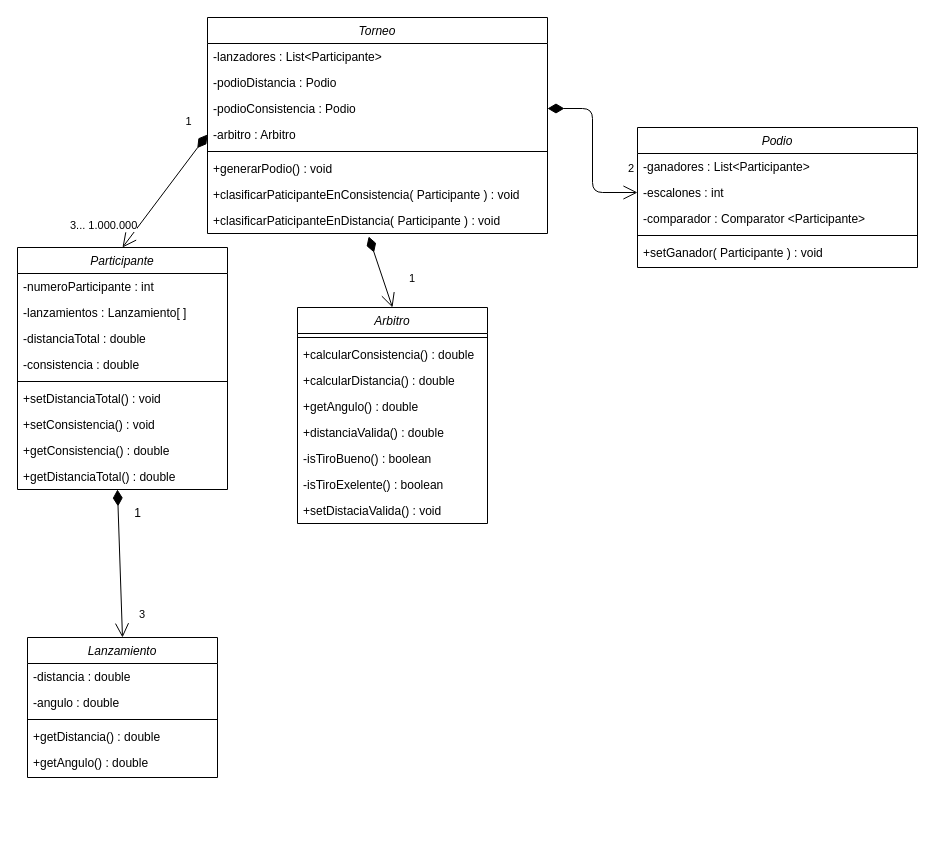
The draw.io diagram page "Page-1" (1 of 3) of LanzandoCaber/Lanzando el cáber .drawio in Dami1223/LanzandoELCaber, before the edit. Source tidied: cells renumbered, new cells numbered last; positions are measured from the earlier drawing's top-left corner, leaving out a move shared by most shapes. Both pictures are drawn from the tidied source at 100%, with x=0, y=0 at pixel (17, 17).
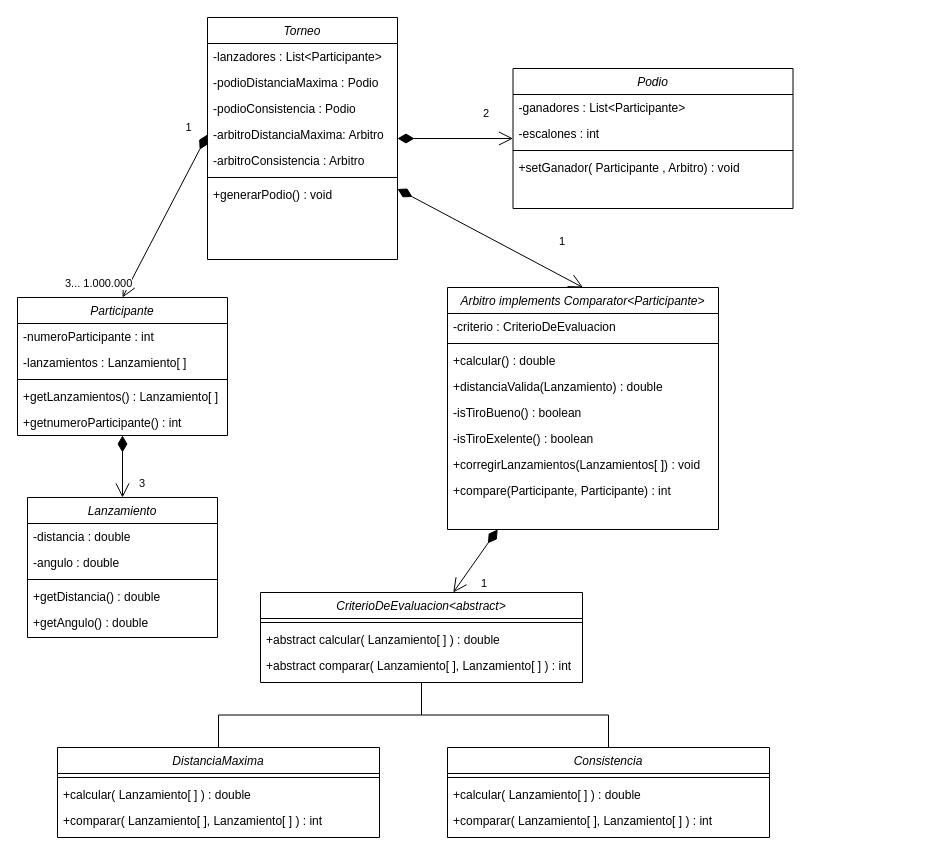
The same page after the edit.

Commit message (it also covers changes not shown here):
Se Actualiza diagrama de clases Se implementa Comparator en Arbitro fix CriterioDeEvaluacion

Unchanged cells that the change refers to:
```xml
<mxCell id="29" value="-escalones : int" style="text;align=left;verticalAlign=top;spacingLeft=4;spacingRight=4;overflow=hidden;points=[[0,0.5],[1,0.5]];portConstraint=eastwest;rounded=0;shadow=0;html=0;" parent="27" vertex="1">
  <mxGeometry y="52" width="280" height="26" as="geometry" />
</mxCell>
```

The edit, as a diff of the source:
```diff
@@
     <mxCell id="2" value="Participante" style="swimlane;fontStyle=2;align=center;verticalAlign=top;horizontal=1;startSize=26;rounded=0;shadow=0;strokeWidth=1;" parent="1" vertex="1">
-      <mxGeometry y="230" width="210" height="242" as="geometry" />
+      <mxGeometry y="280" width="210" height="138" as="geometry" />
     </mxCell>
@@
-    <mxCell id="5" value="-distanciaTotal : double" style="text;align=left;verticalAlign=top;spacingLeft=4;spacingRight=4;overflow=hidden;rounded=0;shadow=0;html=0;" parent="2" vertex="1">
-      <mxGeometry y="78" width="210" height="26" as="geometry" />
-    </mxCell>
-    <mxCell id="6" value="-consistencia : double" style="text;align=left;verticalAlign=top;spacingLeft=4;spacingRight=4;overflow=hidden;rounded=0;shadow=0;html=0;" parent="2" vertex="1">
-      <mxGeometry y="104" width="210" height="26" as="geometry" />
-    </mxCell>
     <mxCell id="7" style="line;html=1;strokeWidth=1;align=left;verticalAlign=middle;spacingTop=-1;spacingLeft=3;spacingRight=3;labelPosition=right;" parent="2" vertex="1">
-      <mxGeometry y="130" width="210" height="8" as="geometry" />
+      <mxGeometry y="78" width="210" height="8" as="geometry" />
     </mxCell>
-    <mxCell id="8" value="+setDistanciaTotal() : void" style="text;align=left;verticalAlign=top;spacingLeft=4;spacingRight=4;overflow=hidden;" parent="2" vertex="1">
-      <mxGeometry y="138" width="210" height="26" as="geometry" />
-    </mxCell>
-    <mxCell id="9" value="+setConsistencia() : void" style="text;align=left;verticalAlign=top;spacingLeft=4;spacingRight=4;overflow=hidden;" parent="2" vertex="1">
-      <mxGeometry y="164" width="210" height="26" as="geometry" />
-    </mxCell>
-    <mxCell id="10" value="+getConsistencia() : double" style="text;align=left;verticalAlign=top;spacingLeft=4;spacingRight=4;overflow=hidden;" parent="2" vertex="1">
-      <mxGeometry y="190" width="210" height="26" as="geometry" />
+    <mxCell id="10" value="+getLanzamientos() : Lanzamiento[ ]" style="text;align=left;verticalAlign=top;spacingLeft=4;spacingRight=4;overflow=hidden;" parent="2" vertex="1">
+      <mxGeometry y="86" width="210" height="26" as="geometry" />
     </mxCell>
-    <mxCell id="11" value="+getDistanciaTotal() : double" style="text;align=left;verticalAlign=top;spacingLeft=4;spacingRight=4;overflow=hidden;points=[[0,0.5],[1,0.5]];portConstraint=eastwest;" parent="2" vertex="1">
-      <mxGeometry y="216" width="210" height="26" as="geometry" />
-    </mxCell>
+    <mxCell id="48" value="+getnumeroParticipante() : int" style="text;align=left;verticalAlign=top;spacingLeft=4;spacingRight=4;overflow=hidden;" parent="2" vertex="1">
+      <mxGeometry y="112" width="210" height="26" as="geometry" />
+    </mxCell>
     <mxCell id="12" value="Lanzamiento" style="swimlane;fontStyle=2;align=center;verticalAlign=top;horizontal=1;startSize=26;rounded=0;shadow=0;strokeWidth=1;" parent="1" vertex="1">
-      <mxGeometry x="10" y="620" width="190" height="140" as="geometry" />
+      <mxGeometry x="10" y="480" width="190" height="140" as="geometry" />
     </mxCell>
@@
     <mxCell id="18" value="Torneo" style="swimlane;fontStyle=2;align=center;verticalAlign=top;horizontal=1;startSize=26;rounded=0;shadow=0;strokeWidth=1;" parent="1" vertex="1">
-      <mxGeometry x="190" width="340" height="216" as="geometry" />
+      <mxGeometry x="190" width="190" height="242" as="geometry" />
     </mxCell>
     <mxCell id="19" value="-lanzadores : List&lt;Participante&gt;" style="text;align=left;verticalAlign=top;spacingLeft=4;spacingRight=4;overflow=hidden;" parent="18" vertex="1">
-      <mxGeometry y="26" width="340" height="26" as="geometry" />
+      <mxGeometry y="26" width="190" height="26" as="geometry" />
     </mxCell>
-    <mxCell id="20" value="-podioDistancia : Podio" style="text;align=left;verticalAlign=top;spacingLeft=4;spacingRight=4;overflow=hidden;rounded=0;shadow=0;html=0;" parent="18" vertex="1">
-      <mxGeometry y="52" width="340" height="26" as="geometry" />
+    <mxCell id="20" value="-podioDistanciaMaxima : Podio" style="text;align=left;verticalAlign=top;spacingLeft=4;spacingRight=4;overflow=hidden;rounded=0;shadow=0;html=0;" parent="18" vertex="1">
+      <mxGeometry y="52" width="190" height="26" as="geometry" />
     </mxCell>
     <mxCell id="21" value="-podioConsistencia : Podio" style="text;align=left;verticalAlign=top;spacingLeft=4;spacingRight=4;overflow=hidden;points=[[0,0.5],[1,0.5]];portConstraint=eastwest;rounded=0;shadow=0;html=0;" parent="18" vertex="1">
-      <mxGeometry y="78" width="340" height="26" as="geometry" />
+      <mxGeometry y="78" width="190" height="26" as="geometry" />
     </mxCell>
-    <mxCell id="22" value="-arbitro : Arbitro" style="text;align=left;verticalAlign=top;spacingLeft=4;spacingRight=4;overflow=hidden;points=[[0,0.5],[1,0.5]];portConstraint=eastwest;rounded=0;shadow=0;html=0;" parent="18" vertex="1">
-      <mxGeometry y="104" width="340" height="26" as="geometry" />
+    <mxCell id="22" value="-arbitroDistanciaMaxima: Arbitro" style="text;align=left;verticalAlign=top;spacingLeft=4;spacingRight=4;overflow=hidden;points=[[0,0.5],[1,0.5]];portConstraint=eastwest;rounded=0;shadow=0;html=0;" parent="18" vertex="1">
+      <mxGeometry y="104" width="190" height="26" as="geometry" />
     </mxCell>
+    <mxCell id="49" value="-arbitroConsistencia : Arbitro" style="text;align=left;verticalAlign=top;spacingLeft=4;spacingRight=4;overflow=hidden;rounded=0;shadow=0;html=0;" parent="18" vertex="1">
+      <mxGeometry y="130" width="190" height="26" as="geometry" />
+    </mxCell>
     <mxCell id="23" style="line;html=1;strokeWidth=1;align=left;verticalAlign=middle;spacingTop=-1;spacingLeft=3;spacingRight=3;labelPosition=right;" parent="18" vertex="1">
-      <mxGeometry y="130" width="340" height="8" as="geometry" />
+      <mxGeometry y="156" width="190" height="8" as="geometry" />
     </mxCell>
     <mxCell id="24" value="+generarPodio() : void" style="text;align=left;verticalAlign=top;spacingLeft=4;spacingRight=4;overflow=hidden;" parent="18" vertex="1">
-      <mxGeometry y="138" width="340" height="26" as="geometry" />
+      <mxGeometry y="164" width="190" height="26" as="geometry" />
     </mxCell>
-    <mxCell id="25" value="+clasificarPaticipanteEnConsistencia( Participante ) : void" style="text;align=left;verticalAlign=top;spacingLeft=4;spacingRight=4;overflow=hidden;" parent="18" vertex="1">
-      <mxGeometry y="164" width="340" height="26" as="geometry" />
-    </mxCell>
-    <mxCell id="26" value="+clasificarPaticipanteEnDistancia( Participante ) : void" style="text;align=left;verticalAlign=top;spacingLeft=4;spacingRight=4;overflow=hidden;points=[[0,0.5],[1,0.5]];portConstraint=eastwest;" parent="18" vertex="1">
-      <mxGeometry y="190" width="340" height="26" as="geometry" />
-    </mxCell>
     <mxCell id="27" value="Podio" style="swimlane;fontStyle=2;align=center;verticalAlign=top;horizontal=1;startSize=26;rounded=0;shadow=0;strokeWidth=1;" parent="1" vertex="1">
-      <mxGeometry x="620" y="110" width="280" height="140" as="geometry" />
+      <mxGeometry x="495.5" y="51" width="280" height="140" as="geometry" />
     </mxCell>
@@
-    <mxCell id="30" value="-comparador : Comparator &lt;Participante&gt;" style="text;align=left;verticalAlign=top;spacingLeft=4;spacingRight=4;overflow=hidden;rounded=0;shadow=0;html=0;" parent="27" vertex="1">
-      <mxGeometry y="78" width="280" height="26" as="geometry" />
-    </mxCell>
     <mxCell id="31" style="line;html=1;strokeWidth=1;align=left;verticalAlign=middle;spacingTop=-1;spacingLeft=3;spacingRight=3;labelPosition=right;" parent="27" vertex="1">
-      <mxGeometry y="104" width="280" height="8" as="geometry" />
+      <mxGeometry y="78" width="280" height="8" as="geometry" />
     </mxCell>
-    <mxCell id="32" value="+setGanador( Participante ) : void" style="text;align=left;verticalAlign=top;spacingLeft=4;spacingRight=4;overflow=hidden;rounded=0;shadow=0;html=0;" parent="27" vertex="1">
-      <mxGeometry y="112" width="280" height="26" as="geometry" />
+    <mxCell id="32" value="+setGanador( Participante , Arbitro) : void" style="text;align=left;verticalAlign=top;spacingLeft=4;spacingRight=4;overflow=hidden;rounded=0;shadow=0;html=0;" parent="27" vertex="1">
+      <mxGeometry y="86" width="280" height="26" as="geometry" />
     </mxCell>
@@
-    <mxCell id="35" value="3" style="endArrow=open;html=1;endSize=12;startArrow=diamondThin;startSize=14;startFill=1;align=left;verticalAlign=bottom;entryX=0.5;entryY=0;entryDx=0;entryDy=0;exitX=0.476;exitY=1;exitDx=0;exitDy=0;exitPerimeter=0;" parent="1" edge="1" source="11" target="12">
+    <mxCell id="35" value="3" style="endArrow=open;html=1;endSize=12;startArrow=diamondThin;startSize=14;startFill=1;align=left;verticalAlign=bottom;entryX=0.5;entryY=0;entryDx=0;entryDy=0;" parent="1" edge="1" source="2" target="12">
       <mxGeometry x="0.83" y="15" relative="1" as="geometry" />
     </mxCell>
-    <mxCell id="36" value="Arbitro" style="swimlane;fontStyle=2;align=center;verticalAlign=top;horizontal=1;startSize=26;rounded=0;shadow=0;strokeWidth=1;" parent="1" vertex="1">
-      <mxGeometry x="280" y="290" width="190" height="216" as="geometry" />
+    <mxCell id="36" value="Arbitro implements Comparator&lt;Participante&gt;" style="swimlane;fontStyle=2;align=center;verticalAlign=top;horizontal=1;startSize=26;rounded=0;shadow=0;strokeWidth=1;" parent="1" vertex="1">
+      <mxGeometry x="430" y="270" width="271" height="242" as="geometry" />
     </mxCell>
+    <mxCell id="50" value="-criterio : CriterioDeEvaluacion" style="text;align=left;verticalAlign=top;spacingLeft=4;spacingRight=4;overflow=hidden;" parent="36" vertex="1">
+      <mxGeometry y="26" width="271" height="26" as="geometry" />
+    </mxCell>
     <mxCell id="37" style="line;html=1;strokeWidth=1;align=left;verticalAlign=middle;spacingTop=-1;spacingLeft=3;spacingRight=3;labelPosition=right;" parent="36" vertex="1">
-      <mxGeometry y="26" width="190" height="8" as="geometry" />
+      <mxGeometry y="52" width="271" height="8" as="geometry" />
     </mxCell>
-    <mxCell id="38" value="+calcularConsistencia() : double" style="text;align=left;verticalAlign=top;spacingLeft=4;spacingRight=4;overflow=hidden;" parent="36" vertex="1">
-      <mxGeometry y="34" width="190" height="26" as="geometry" />
+    <mxCell id="38" value="+calcular() : double" style="text;align=left;verticalAlign=top;spacingLeft=4;spacingRight=4;overflow=hidden;" parent="36" vertex="1">
+      <mxGeometry y="60" width="271" height="26" as="geometry" />
     </mxCell>
-    <mxCell id="39" value="+calcularDistancia() : double" style="text;align=left;verticalAlign=top;spacingLeft=4;spacingRight=4;overflow=hidden;rounded=0;shadow=0;html=0;" parent="36" vertex="1">
-      <mxGeometry y="60" width="190" height="26" as="geometry" />
-    </mxCell>
-    <mxCell id="40" value="+getAngulo() : double" style="text;align=left;verticalAlign=top;spacingLeft=4;spacingRight=4;overflow=hidden;" parent="36" vertex="1">
-      <mxGeometry y="86" width="190" height="26" as="geometry" />
-    </mxCell>
-    <mxCell id="41" value="+distanciaValida() : double" style="text;align=left;verticalAlign=top;spacingLeft=4;spacingRight=4;overflow=hidden;" parent="36" vertex="1">
-      <mxGeometry y="112" width="190" height="26" as="geometry" />
+    <mxCell id="41" value="+distanciaValida(Lanzamiento) : double" style="text;align=left;verticalAlign=top;spacingLeft=4;spacingRight=4;overflow=hidden;" parent="36" vertex="1">
+      <mxGeometry y="86" width="271" height="26" as="geometry" />
     </mxCell>
     <mxCell id="42" value="-isTiroBueno() : boolean" style="text;align=left;verticalAlign=top;spacingLeft=4;spacingRight=4;overflow=hidden;" parent="36" vertex="1">
-      <mxGeometry y="138" width="190" height="26" as="geometry" />
+      <mxGeometry y="112" width="271" height="26" as="geometry" />
     </mxCell>
     <mxCell id="43" value="-isTiroExelente() : boolean" style="text;align=left;verticalAlign=top;spacingLeft=4;spacingRight=4;overflow=hidden;" parent="36" vertex="1">
-      <mxGeometry y="164" width="190" height="26" as="geometry" />
+      <mxGeometry y="138" width="271" height="26" as="geometry" />
     </mxCell>
-    <mxCell id="44" value="+setDistaciaValida() : void" style="text;align=left;verticalAlign=top;spacingLeft=4;spacingRight=4;overflow=hidden;" parent="36" vertex="1">
-      <mxGeometry y="190" width="190" height="26" as="geometry" />
+    <mxCell id="44" value="+corregirLanzamientos(Lanzamientos[ ]) : void" style="text;align=left;verticalAlign=top;spacingLeft=4;spacingRight=4;overflow=hidden;" parent="36" vertex="1">
+      <mxGeometry y="164" width="271" height="26" as="geometry" />
     </mxCell>
+    <mxCell id="51" value="+compare(Participante, Participante) : int" style="text;align=left;verticalAlign=top;spacingLeft=4;spacingRight=4;overflow=hidden;" parent="36" vertex="1">
+      <mxGeometry y="190" width="271" height="26" as="geometry" />
+    </mxCell>
-    <mxCell id="45" value="1" style="endArrow=open;html=1;endSize=12;startArrow=diamondThin;startSize=14;startFill=1;align=left;verticalAlign=bottom;entryX=0.5;entryY=0;entryDx=0;entryDy=0;exitX=0.474;exitY=1.115;exitDx=0;exitDy=0;exitPerimeter=0;" parent="1" edge="1" source="26" target="36">
+    <mxCell id="45" value="1" style="endArrow=open;html=1;endSize=12;startArrow=diamondThin;startSize=14;startFill=1;align=left;verticalAlign=bottom;entryX=0.5;entryY=0;entryDx=0;entryDy=0;" parent="1" edge="1" source="18" target="36">
       <mxGeometry x="0.62" y="21" relative="1" as="geometry" />
     </mxCell>
+    <mxCell id="47" value="2" style="endArrow=open;html=1;endSize=12;startArrow=diamondThin;startSize=14;startFill=1;align=left;verticalAlign=bottom;" parent="1" edge="1" source="18" target="27">
+      <mxGeometry x="0.46" y="16" relative="1" as="geometry" />
+    </mxCell>
+    <mxCell id="52" value="CriterioDeEvaluacion&lt;abstract&gt;" style="swimlane;fontStyle=2;align=center;verticalAlign=top;horizontal=1;startSize=26;rounded=0;shadow=0;strokeWidth=1;" parent="1" vertex="1">
+      <mxGeometry x="243" y="575" width="322" height="90" as="geometry" />
+    </mxCell>
+    <mxCell id="53" style="line;html=1;strokeWidth=1;align=left;verticalAlign=middle;spacingTop=-1;spacingLeft=3;spacingRight=3;labelPosition=right;" parent="52" vertex="1">
+      <mxGeometry y="26" width="322" height="8" as="geometry" />
+    </mxCell>
+    <mxCell id="54" value="+abstract calcular( Lanzamiento[ ] ) : double" style="text;align=left;verticalAlign=top;spacingLeft=4;spacingRight=4;overflow=hidden;rounded=0;shadow=0;html=0;" parent="52" vertex="1">
+      <mxGeometry y="34" width="322" height="26" as="geometry" />
+    </mxCell>
+    <mxCell id="55" value="+abstract comparar( Lanzamiento[ ], Lanzamiento[ ] ) : int" style="text;align=left;verticalAlign=top;spacingLeft=4;spacingRight=4;overflow=hidden;rounded=0;shadow=0;html=0;" parent="52" vertex="1">
+      <mxGeometry y="60" width="322" height="26" as="geometry" />
+    </mxCell>
+    <mxCell id="56" style="edgeStyle=orthogonalEdgeStyle;rounded=0;jettySize=auto;html=1;endArrow=none;endFill=0;" parent="1" edge="1" source="57" target="52">
+      <mxGeometry relative="1" as="geometry" />
+    </mxCell>
+    <mxCell id="57" value="DistanciaMaxima" style="swimlane;fontStyle=2;align=center;verticalAlign=top;horizontal=1;startSize=26;rounded=0;shadow=0;strokeWidth=1;" parent="1" vertex="1">
+      <mxGeometry x="40" y="730" width="322" height="90" as="geometry" />
+    </mxCell>
+    <mxCell id="58" style="line;html=1;strokeWidth=1;align=left;verticalAlign=middle;spacingTop=-1;spacingLeft=3;spacingRight=3;labelPosition=right;" parent="57" vertex="1">
+      <mxGeometry y="26" width="322" height="8" as="geometry" />
+    </mxCell>
+    <mxCell id="59" value="+calcular( Lanzamiento[ ] ) : double" style="text;align=left;verticalAlign=top;spacingLeft=4;spacingRight=4;overflow=hidden;rounded=0;shadow=0;html=0;" parent="57" vertex="1">
+      <mxGeometry y="34" width="322" height="26" as="geometry" />
+    </mxCell>
+    <mxCell id="60" value="+comparar( Lanzamiento[ ], Lanzamiento[ ] ) : int" style="text;align=left;verticalAlign=top;spacingLeft=4;spacingRight=4;overflow=hidden;rounded=0;shadow=0;html=0;" parent="57" vertex="1">
+      <mxGeometry y="60" width="322" height="26" as="geometry" />
+    </mxCell>
+    <mxCell id="61" style="edgeStyle=orthogonalEdgeStyle;rounded=0;jettySize=auto;html=1;endArrow=none;endFill=0;" parent="1" edge="1" source="62" target="52">
+      <mxGeometry relative="1" as="geometry" />
+    </mxCell>
+    <mxCell id="62" value="Consistencia" style="swimlane;fontStyle=2;align=center;verticalAlign=top;horizontal=1;startSize=26;rounded=0;shadow=0;strokeWidth=1;" parent="1" vertex="1">
+      <mxGeometry x="430" y="730" width="322" height="90" as="geometry" />
+    </mxCell>
+    <mxCell id="63" style="line;html=1;strokeWidth=1;align=left;verticalAlign=middle;spacingTop=-1;spacingLeft=3;spacingRight=3;labelPosition=right;" parent="62" vertex="1">
+      <mxGeometry y="26" width="322" height="8" as="geometry" />
+    </mxCell>
+    <mxCell id="64" value="+calcular( Lanzamiento[ ] ) : double" style="text;align=left;verticalAlign=top;spacingLeft=4;spacingRight=4;overflow=hidden;rounded=0;shadow=0;html=0;" parent="62" vertex="1">
+      <mxGeometry y="34" width="322" height="26" as="geometry" />
+    </mxCell>
+    <mxCell id="65" value="+comparar( Lanzamiento[ ], Lanzamiento[ ] ) : int" style="text;align=left;verticalAlign=top;spacingLeft=4;spacingRight=4;overflow=hidden;rounded=0;shadow=0;html=0;" parent="62" vertex="1">
+      <mxGeometry y="60" width="322" height="26" as="geometry" />
+    </mxCell>
-    <mxCell id="46" value="1" style="text;html=1;align=center;verticalAlign=middle;strokeColor=none;" parent="1" vertex="1">
-      <mxGeometry x="110" y="486" width="20" height="20" as="geometry" />
+    <mxCell id="46" value="1" style="endArrow=open;html=1;endSize=12;startArrow=diamondThin;startSize=14;startFill=1;align=left;verticalAlign=bottom;" parent="1" edge="1" source="36" target="52">
+      <mxGeometry x="0.62" y="21" relative="1" as="geometry" />
     </mxCell>
-    <mxCell id="47" value="2" style="endArrow=open;html=1;endSize=12;startArrow=diamondThin;startSize=14;startFill=1;edgeStyle=orthogonalEdgeStyle;align=left;verticalAlign=bottom;exitX=1;exitY=0.5;exitDx=0;exitDy=0;entryX=0;entryY=0.5;entryDx=0;entryDy=0;" parent="1" edge="1" source="21" target="29">
-      <mxGeometry x="0.87" y="15" relative="1" as="geometry" />
-    </mxCell>
```
